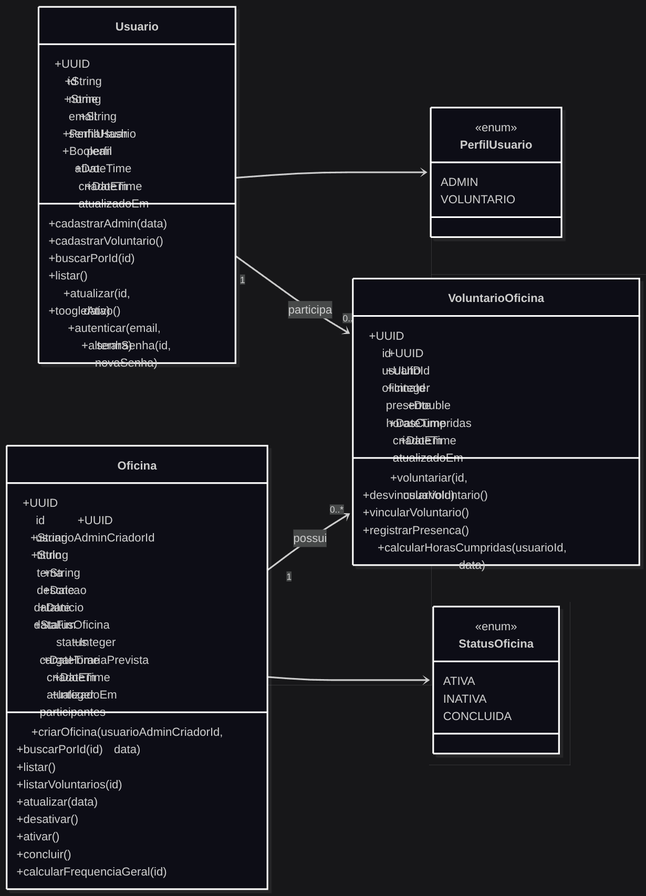
Above: diagrama_classes.png in SALIPE/CERTIFICADORA-1 (Mermaid), before the change. Its source is kept beside it as diagrama_classes.mmd. Its diagram source:
```mermaid
classDiagram
direction LR

class Usuario {
  +UUID id
  +String nome
  +String email
  +String senhaHash
  +PerfilUsuario perfil
  +Boolean ativo
  +DateTime criadoEm
  +DateTime atualizadoEm

  +cadastrarAdmin(data)
  +cadastrarVoluntario()
  +buscarPorId(id)
  +listar()
  +atualizar(id, data)
  +toogleAtivo()
  +autenticar(email, senha)
  +alterarSenha(id, novaSenha)
  +calcularHorasOficina(oficinaId)
}

class Oficina {
  +UUID id
  +UUID usuarioAdminCriadorId
  +String titulo
  +String tema
  +String descricao
  +Date dataInicio
  +Date dataFim
  +StatusOficina status
  +Integer cargaHorariaPrevista
  +DateTime criadoEm
  +DateTime atualizadoEm
  +Integer participantes

  +criarOficina(usuarioAdminCriadorId, data)
  +buscarPorId(id)
  +listar()
  +listarVoluntarios(id)
  +atualizar(data)
  +desativar()
  +ativar()
  +concluir()
  +calcularFrequenciaGeral(id)
}

class VoluntarioOficina {
  +UUID id
  +UUID usuarioId
  +UUID oficinaId
  +Integer presente
  +Double horasCumpridas
  +DateTime criadoEm
  +DateTime atualizadoEm

  +voluntariar(id, usuarioId)
  +desvincularVoluntario()
  +vincularVoluntario()
  +registrarPresenca()
  +calcularHorasCumpridas(usuarioId, data)
}

class PerfilUsuario {
  <<enum>>
  ADMIN
  VOLUNTARIO
}

class StatusOficina {
  <<enum>>
  ATIVA
  INATIVA
  CONCLUIDA
}

Usuario --> PerfilUsuario
Oficina --> StatusOficina

Usuario "1" --> "0..*" VoluntarioOficina : participa
Oficina "1" --> "0..*" VoluntarioOficina : possui
```
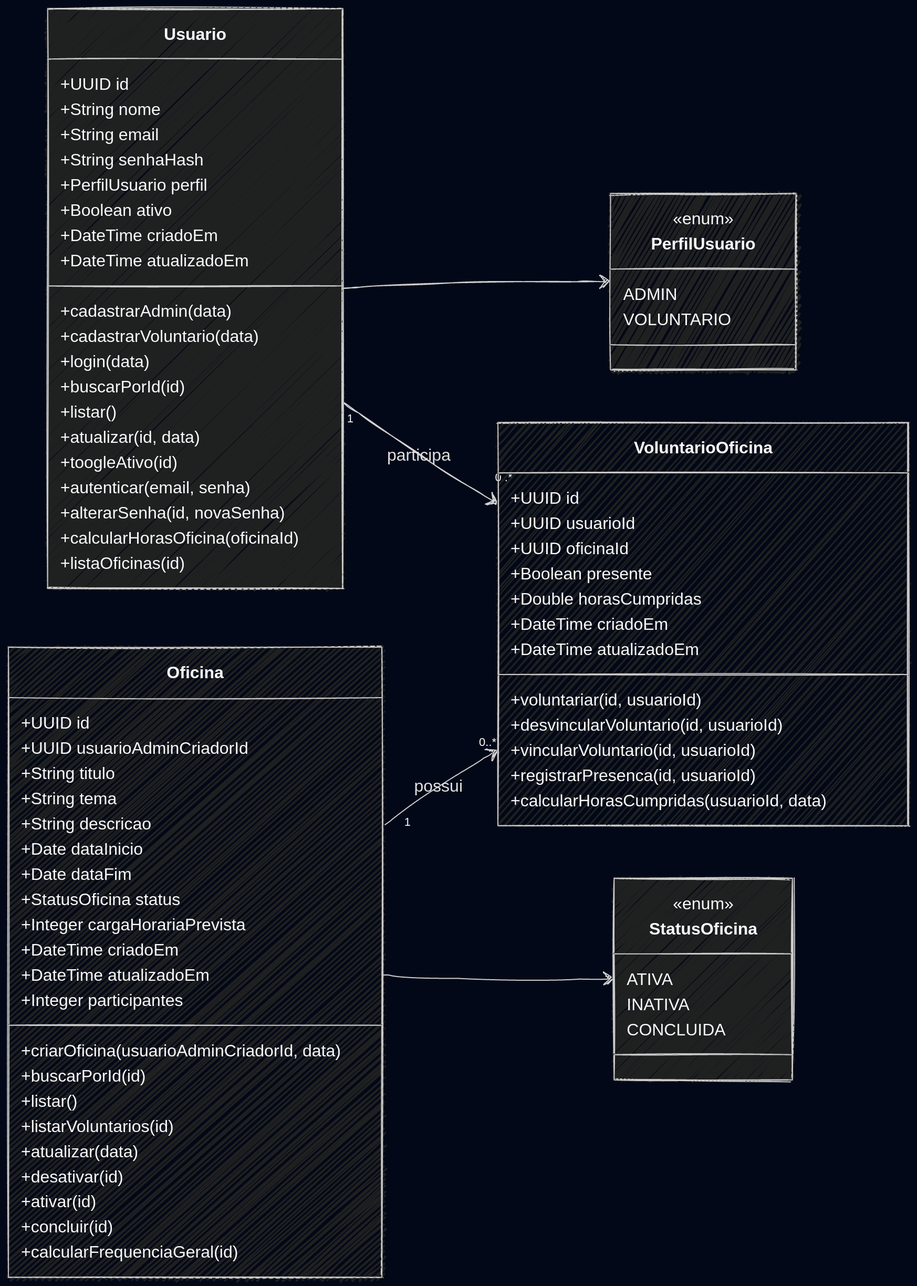
After the commit.

The edit, as a diff of the source:
```diff
@@ -12,14 +12,16 @@
   +DateTime atualizadoEm
 
   +cadastrarAdmin(data)
-  +cadastrarVoluntario()
+  +cadastrarVoluntario(data)
+  +login(data)
   +buscarPorId(id)
   +listar()
   +atualizar(id, data)
-  +toogleAtivo()
+  +toogleAtivo(id)
   +autenticar(email, senha)
   +alterarSenha(id, novaSenha)
   +calcularHorasOficina(oficinaId)
+  +listaOficinas(id)
 }
 
 class Oficina {
@@ -41,9 +43,9 @@
   +listar()
   +listarVoluntarios(id)
   +atualizar(data)
-  +desativar()
-  +ativar()
-  +concluir()
+  +desativar(id)
+  +ativar(id)
+  +concluir(id)
   +calcularFrequenciaGeral(id)
 }
 
@@ -51,15 +53,15 @@
   +UUID id
   +UUID usuarioId
   +UUID oficinaId
-  +Integer presente
+  +Boolean presente
   +Double horasCumpridas
   +DateTime criadoEm
   +DateTime atualizadoEm
 
   +voluntariar(id, usuarioId)
-  +desvincularVoluntario()
-  +vincularVoluntario()
-  +registrarPresenca()
+  +desvincularVoluntario(id, usuarioId)
+  +vincularVoluntario(id, usuarioId)
+  +registrarPresenca(id, usuarioId)
   +calcularHorasCumpridas(usuarioId, data)
 }
 
```
